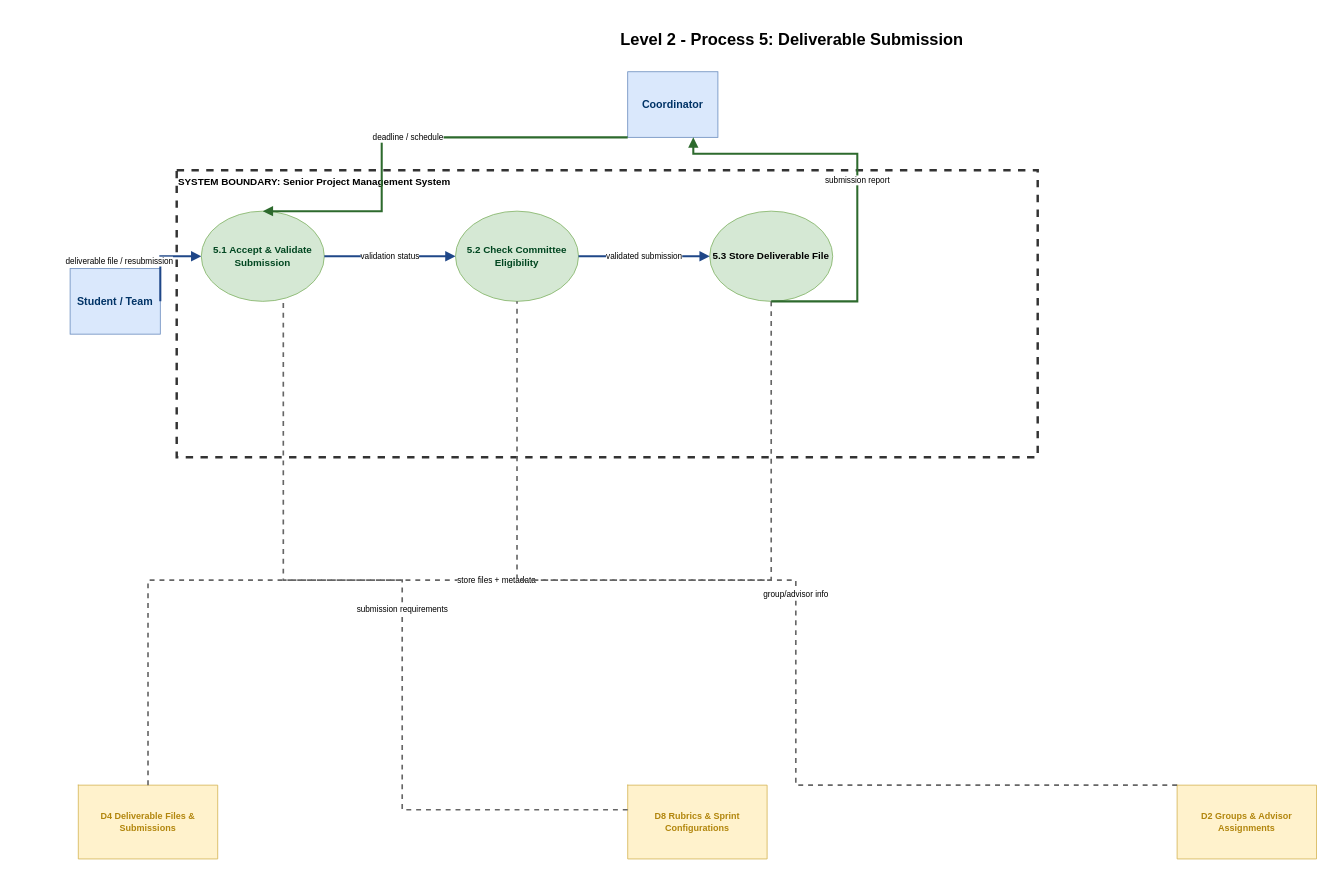
The draw.io diagram docs/dfdLevel2_Process5.drawio in SE3318-Spring-2025-2026/senior-app-3, before the edit. Source tidied: cells renumbered, new cells numbered last; positions are measured from the earlier drawing's top-left corner, leaving out a move shared by most shapes. Both pictures are drawn from the tidied source at 82%, with x=0, y=0 at pixel (70, 14).
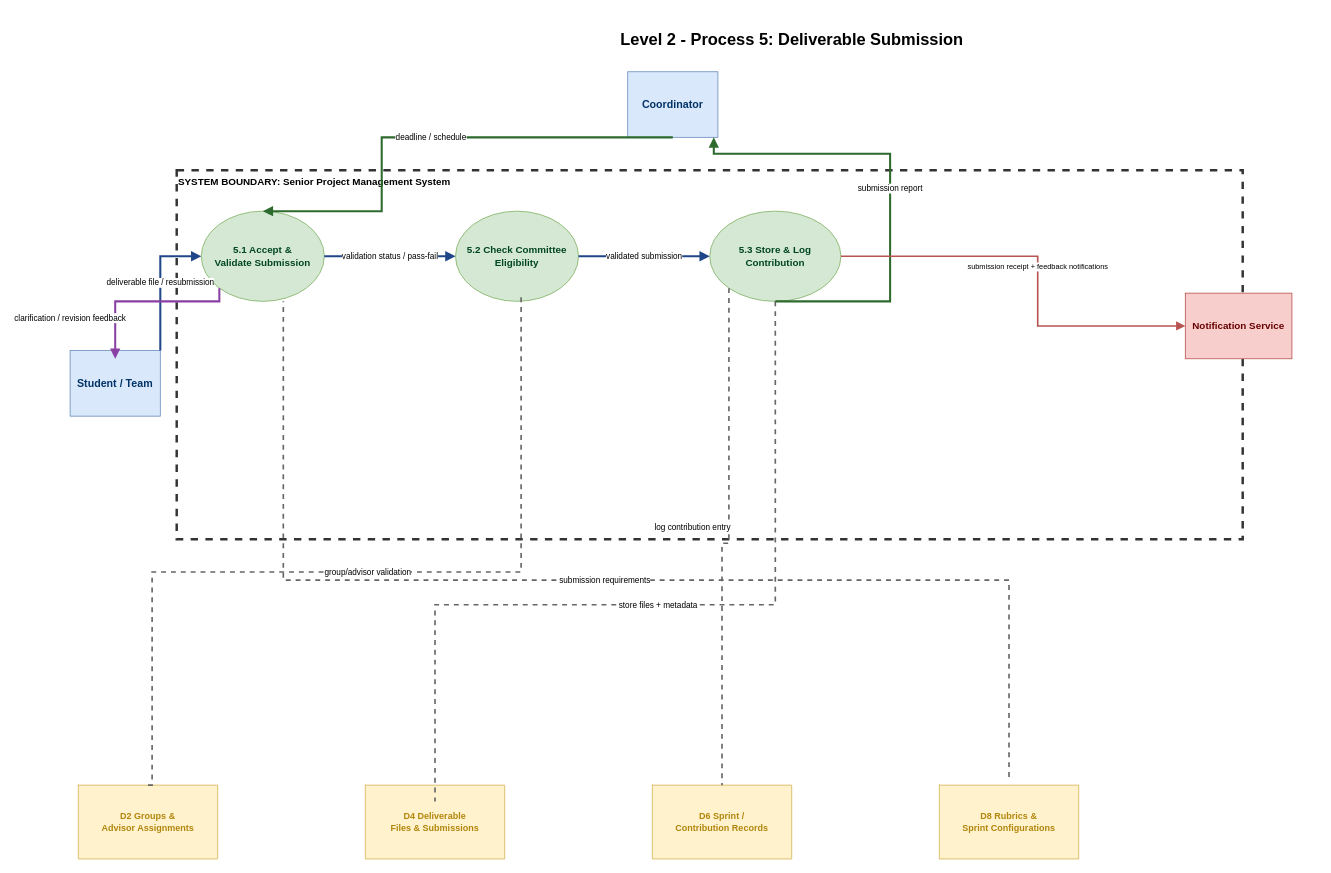
The same page after the edit.

Commit message (it also covers changes not shown here):
dfdLevel2Process5/6 reviewed

The edit, as a diff of the source:
```diff
@@
     <mxCell id="3" value="SYSTEM BOUNDARY: Senior Project Management System" style="rounded=0;whiteSpace=wrap;html=1;fillColor=none;strokeColor=#333333;strokeWidth=3;dashed=1;fontSize=12;fontStyle=1;align=left;verticalAlign=top;" parent="1" vertex="1">
-      <mxGeometry x="130" y="190" width="1050" height="350" as="geometry" />
+      <mxGeometry x="130" y="190" width="1300" height="450" as="geometry" />
     </mxCell>
     <mxCell id="4" value="Student / Team" style="rounded=0;whiteSpace=wrap;html=1;fillColor=#DAE8FC;strokeColor=#6C8EBF;fontStyle=1;fontSize=13;fontColor=#003366;" parent="1" vertex="1">
-      <mxGeometry y="310" width="110" height="80" as="geometry" />
+      <mxGeometry y="410" width="110" height="80" as="geometry" />
     </mxCell>
@@
+    <mxCell id="20" value="Notification Service" style="rounded=0;whiteSpace=wrap;html=1;fillColor=#F8CECC;strokeColor=#B85450;fontStyle=1;fontSize=12;fontColor=#660000;" parent="1" vertex="1">
+      <mxGeometry x="1360" y="340" width="130" height="80" as="geometry" />
+    </mxCell>
+    <mxCell id="8" value="D2 Groups &amp;&#10;Advisor Assignments" style="shape=partialRectangle;whiteSpace=wrap;html=1;fillColor=#FFF2CC;strokeColor=#D6B656;fontStyle=1;fontSize=11;fontColor=#B2860D;" parent="1" vertex="1">
+      <mxGeometry x="10" y="940" width="170" height="90" as="geometry" />
+    </mxCell>
-    <mxCell id="6" value="D4 Deliverable Files &amp; Submissions" style="shape=partialRectangle;whiteSpace=wrap;html=1;fillColor=#FFF2CC;strokeColor=#D6B656;fontStyle=1;fontSize=11;fontColor=#B2860D;" parent="1" vertex="1">
-      <mxGeometry x="10" y="940" width="170" height="90" as="geometry" />
+    <mxCell id="6" value="D4 Deliverable&#10;Files &amp; Submissions" style="shape=partialRectangle;whiteSpace=wrap;html=1;fillColor=#FFF2CC;strokeColor=#D6B656;fontStyle=1;fontSize=11;fontColor=#B2860D;" parent="1" vertex="1">
+      <mxGeometry x="360" y="940" width="170" height="90" as="geometry" />
     </mxCell>
+    <mxCell id="21" value="D6 Sprint /&#10;Contribution Records" style="shape=partialRectangle;whiteSpace=wrap;html=1;fillColor=#FFF2CC;strokeColor=#D6B656;fontStyle=1;fontSize=11;fontColor=#B2860D;" parent="1" vertex="1">
+      <mxGeometry x="710" y="940" width="170" height="90" as="geometry" />
+    </mxCell>
-    <mxCell id="7" value="D8 Rubrics &amp; Sprint Configurations" style="shape=partialRectangle;whiteSpace=wrap;html=1;fillColor=#FFF2CC;strokeColor=#D6B656;fontStyle=1;fontSize=11;fontColor=#B2860D;" parent="1" vertex="1">
-      <mxGeometry x="680" y="940" width="170" height="90" as="geometry" />
+    <mxCell id="7" value="D8 Rubrics &amp;&#10;Sprint Configurations" style="shape=partialRectangle;whiteSpace=wrap;html=1;fillColor=#FFF2CC;strokeColor=#D6B656;fontStyle=1;fontSize=11;fontColor=#B2860D;" parent="1" vertex="1">
+      <mxGeometry x="1060" y="940" width="170" height="90" as="geometry" />
     </mxCell>
-    <mxCell id="8" value="D2 Groups &amp; Advisor Assignments" style="shape=partialRectangle;whiteSpace=wrap;html=1;fillColor=#FFF2CC;strokeColor=#D6B656;fontStyle=1;fontSize=11;fontColor=#B2860D;" parent="1" vertex="1">
-      <mxGeometry x="1350" y="940" width="170" height="90" as="geometry" />
-    </mxCell>
-    <mxCell id="9" value="5.1 Accept &amp; Validate Submission" style="ellipse;whiteSpace=wrap;html=1;fillColor=#D5E8D4;strokeColor=#82B366;fontStyle=1;fontSize=12;fontColor=#004620;" parent="1" vertex="1">
+    <mxCell id="9" value="5.1 Accept &amp;&#10;Validate Submission" style="ellipse;whiteSpace=wrap;html=1;fillColor=#D5E8D4;strokeColor=#82B366;fontStyle=1;fontSize=12;fontColor=#004620;" parent="1" vertex="1">
       <mxGeometry x="160" y="240" width="150" height="110" as="geometry" />
     </mxCell>
-    <mxCell id="10" value="5.2 Check Committee Eligibility" style="ellipse;whiteSpace=wrap;html=1;fillColor=#D5E8D4;strokeColor=#82B366;fontStyle=1;fontSize=12;fontColor=#004620;" parent="1" vertex="1">
+    <mxCell id="10" value="5.2 Check Committee&#10;Eligibility" style="ellipse;whiteSpace=wrap;html=1;fillColor=#D5E8D4;strokeColor=#82B366;fontStyle=1;fontSize=12;fontColor=#004620;" parent="1" vertex="1">
       <mxGeometry x="470" y="240" width="150" height="110" as="geometry" />
     </mxCell>
-    <mxCell id="11" value="5.3 Store Deliverable File" style="ellipse;whiteSpace=wrap;html=1;fillColor=#D5E8D4;strokeColor=#82B366;fontStyle=1;fontSize=12;fontColor:#004620;" parent="1" vertex="1">
-      <mxGeometry x="780" y="240" width="150" height="110" as="geometry" />
+    <mxCell id="11" value="5.3 Store &amp; Log&#10;Contribution" style="ellipse;whiteSpace=wrap;html=1;fillColor=#D5E8D4;strokeColor=#82B366;fontStyle=1;fontSize=12;fontColor=#004620;" parent="1" vertex="1">
+      <mxGeometry x="780" y="240" width="160" height="110" as="geometry" />
     </mxCell>
-    <mxCell id="12" value="deliverable file / resubmission" style="edgeStyle=orthogonalEdgeStyle;rounded=0;html=1;endArrow=block;endFill=1;strokeColor=#1F4788;strokeWidth=2.5;fontSize=10;" parent="1" edge="1">
-      <mxGeometry x="-0.07" y="50" relative="1" as="geometry">
-        <mxPoint x="110" y="350" as="sourcePoint" />
+    <mxCell id="12" value="deliverable file / resubmission" style="edgeStyle=orthogonalEdgeStyle;rounded=0;html=1;endArrow=block;endFill=1;strokeColor=#1F4788;strokeWidth=2.5;fontSize=10;exitX=1;exitY=0;exitDx=0;exitDy=0;" parent="1" edge="1" source="4">
+      <mxGeometry relative="1" as="geometry">
         <mxPoint x="160" y="295" as="targetPoint" />
         <Array as="points">
           <mxPoint x="110" y="295" />
         </Array>
       </mxGeometry>
     </mxCell>
-    <mxCell id="13" value="validation status" style="edgeStyle=orthogonalEdgeStyle;rounded=0;html=1;endArrow=block;endFill=1;strokeColor=#1F4788;strokeWidth=2.5;fontSize=10;" parent="1" edge="1">
+    <mxCell id="13" value="validation status / pass-fail" style="edgeStyle=orthogonalEdgeStyle;rounded=0;html=1;endArrow=block;endFill=1;strokeColor=#1F4788;strokeWidth=2.5;fontSize=10;" parent="1" edge="1">
       <mxGeometry relative="1" as="geometry">
         <mxPoint x="310" y="295" as="sourcePoint" />
         <mxPoint x="470" y="295" as="targetPoint" />
       </mxGeometry>
     </mxCell>
@@
-    <mxCell id="15" value="store files + metadata" style="edgeStyle=orthogonalEdgeStyle;rounded=0;html=1;endArrow=none;endFill=0;strokeColor=#666666;strokeWidth=2;dashed=1;fontSize=10;entryX=0.5;entryY=0;entryDx=0;entryDy=0;" parent="1" edge="1" target="6">
+    <mxCell id="15" value="store files + metadata" style="edgeStyle=orthogonalEdgeStyle;rounded=0;html=1;endArrow=none;endFill=0;strokeColor=#666666;strokeWidth=2;dashed=1;fontSize=10;exitX=0.5;exitY=1;exitDx=0;exitDy=0;" parent="1" edge="1" source="11">
       <mxGeometry relative="1" as="geometry">
-        <mxPoint x="855" y="350" as="sourcePoint" />
+        <mxPoint x="445" y="960" as="targetPoint" />
         <Array as="points">
-          <mxPoint x="855" y="690" />
-          <mxPoint x="95" y="690" />
+          <mxPoint x="860" y="720" />
+          <mxPoint x="445" y="720" />
         </Array>
       </mxGeometry>
     </mxCell>
     <mxCell id="16" value="submission requirements" style="edgeStyle=orthogonalEdgeStyle;rounded=0;html=1;endArrow=none;endFill=0;strokeColor=#666666;strokeWidth=2;dashed=1;fontSize=10;" parent="1" edge="1">
       <mxGeometry relative="1" as="geometry">
-        <mxPoint x="680" y="970" as="sourcePoint" />
+        <mxPoint x="1145" y="930" as="sourcePoint" />
         <mxPoint x="260" y="350" as="targetPoint" />
         <Array as="points">
-          <mxPoint x="405" y="690" />
+          <mxPoint x="1145" y="690" />
           <mxPoint x="260" y="690" />
         </Array>
       </mxGeometry>
     </mxCell>
-    <mxCell id="17" value="deadline / schedule" style="edgeStyle=orthogonalEdgeStyle;rounded=0;html=1;endArrow=block;endFill=1;strokeColor=#2D6A2D;strokeWidth=2.5;fontSize=10;" parent="1" edge="1">
-      <mxGeometry relative="1" as="geometry">
-        <mxPoint x="680" y="150" as="sourcePoint" />
-        <mxPoint x="235" y="240" as="targetPoint" />
-        <Array as="points">
-          <mxPoint x="380" y="150" />
-          <mxPoint x="380" y="240" />
-        </Array>
+    <mxCell id="17" value="log contribution entry" style="edgeStyle=orthogonalEdgeStyle;rounded=0;html=1;endArrow=none;endFill=0;strokeColor=#666666;strokeWidth=2;dashed=1;fontSize=10;exitX=0;exitY=1;exitDx=0;exitDy=0;entryX=0.5;entryY=0;entryDx=0;entryDy=0;" parent="1" edge="1" source="11" target="21">
+      <mxGeometry x="0.04" y="-41" relative="1" as="geometry">
+        <mxPoint x="5" y="-20" as="offset" />
       </mxGeometry>
     </mxCell>
-    <mxCell id="18" value="submission report" style="edgeStyle=orthogonalEdgeStyle;rounded=0;html=1;endArrow=block;endFill=1;strokeColor=#2D6A2D;strokeWidth=2.5;fontSize=10;" parent="1" edge="1">
+    <mxCell id="18" value="group/advisor validation" style="edgeStyle=orthogonalEdgeStyle;rounded=0;html=1;endArrow=none;endFill=0;strokeColor=#666666;strokeWidth=2;dashed=1;fontSize=10;exitX=0.5;exitY=0;exitDx=0;exitDy=0;" parent="1" edge="1" source="8">
       <mxGeometry relative="1" as="geometry">
-        <mxPoint x="855" y="350" as="sourcePoint" />
-        <mxPoint x="760" y="150" as="targetPoint" />
+        <mxPoint x="550" y="340" as="targetPoint" />
         <Array as="points">
-          <mxPoint x="960" y="350" />
-          <mxPoint x="960" y="170" />
-          <mxPoint x="760" y="170" />
+          <mxPoint x="100" y="940" />
+          <mxPoint x="100" y="680" />
+          <mxPoint x="550" y="680" />
         </Array>
       </mxGeometry>
     </mxCell>
-    <mxCell id="19" value="group/advisor info" style="edgeStyle=orthogonalEdgeStyle;rounded=0;html=1;endArrow=none;endFill=0;strokeColor=#666666;strokeWidth=2;dashed=1;fontSize=10;exitX=0;exitY=0;exitDx=0;exitDy=0;" parent="1" edge="1" source="8">
+    <mxCell id="19" value="deadline / schedule" style="edgeStyle=orthogonalEdgeStyle;rounded=0;html=1;endArrow=block;endFill=1;strokeColor=#2D6A2D;strokeWidth=2.5;fontSize=10;" parent="1" edge="1">
       <mxGeometry relative="1" as="geometry">
-        <mxPoint x="545" y="350" as="targetPoint" />
+        <mxPoint x="735" y="150" as="sourcePoint" />
+        <mxPoint x="235" y="240" as="targetPoint" />
         <Array as="points">
-          <mxPoint x="885" y="690" />
-          <mxPoint x="545" y="690" />
+          <mxPoint x="380" y="150" />
+          <mxPoint x="380" y="240" />
         </Array>
       </mxGeometry>
     </mxCell>
+    <mxCell id="22" value="submission report" style="edgeStyle=orthogonalEdgeStyle;rounded=0;html=1;endArrow=block;endFill=1;strokeColor=#2D6A2D;strokeWidth=2.5;fontSize=10;" parent="1" edge="1">
+      <mxGeometry relative="1" as="geometry">
+        <mxPoint x="860" y="350" as="sourcePoint" />
+        <mxPoint x="785" y="150" as="targetPoint" />
+        <Array as="points">
+          <mxPoint x="1000" y="350" />
+          <mxPoint x="1000" y="170" />
+          <mxPoint x="785" y="170" />
+        </Array>
+      </mxGeometry>
+    </mxCell>
+    <mxCell id="23" value="clarification / revision feedback" style="edgeStyle=orthogonalEdgeStyle;rounded=0;html=1;endArrow=block;endFill=1;strokeColor=#893FA3;strokeWidth=2.5;fontSize=10;exitX=0;exitY=1;exitDx=0;exitDy=0;" parent="1" edge="1" source="9">
+      <mxGeometry x="0.53" y="-55" relative="1" as="geometry">
+        <mxPoint x="55" y="420" as="targetPoint" />
+        <Array as="points">
+          <mxPoint x="182" y="350" />
+          <mxPoint x="55" y="350" />
+        </Array>
+      </mxGeometry>
+    </mxCell>
+    <mxCell id="24" value="submission receipt + feedback notifications" style="edgeStyle=orthogonalEdgeStyle;rounded=0;html=1;endArrow=block;endFill=1;strokeColor=#B85450;strokeWidth=2;fontSize=9;" parent="1" edge="1">
+      <mxGeometry relative="1" as="geometry">
+        <mxPoint x="940" y="295" as="sourcePoint" />
+        <mxPoint x="1360" y="380" as="targetPoint" />
+        <Array as="points">
+          <mxPoint x="1180" y="295" />
+          <mxPoint x="1180" y="380" />
+        </Array>
+      </mxGeometry>
+    </mxCell>
```
